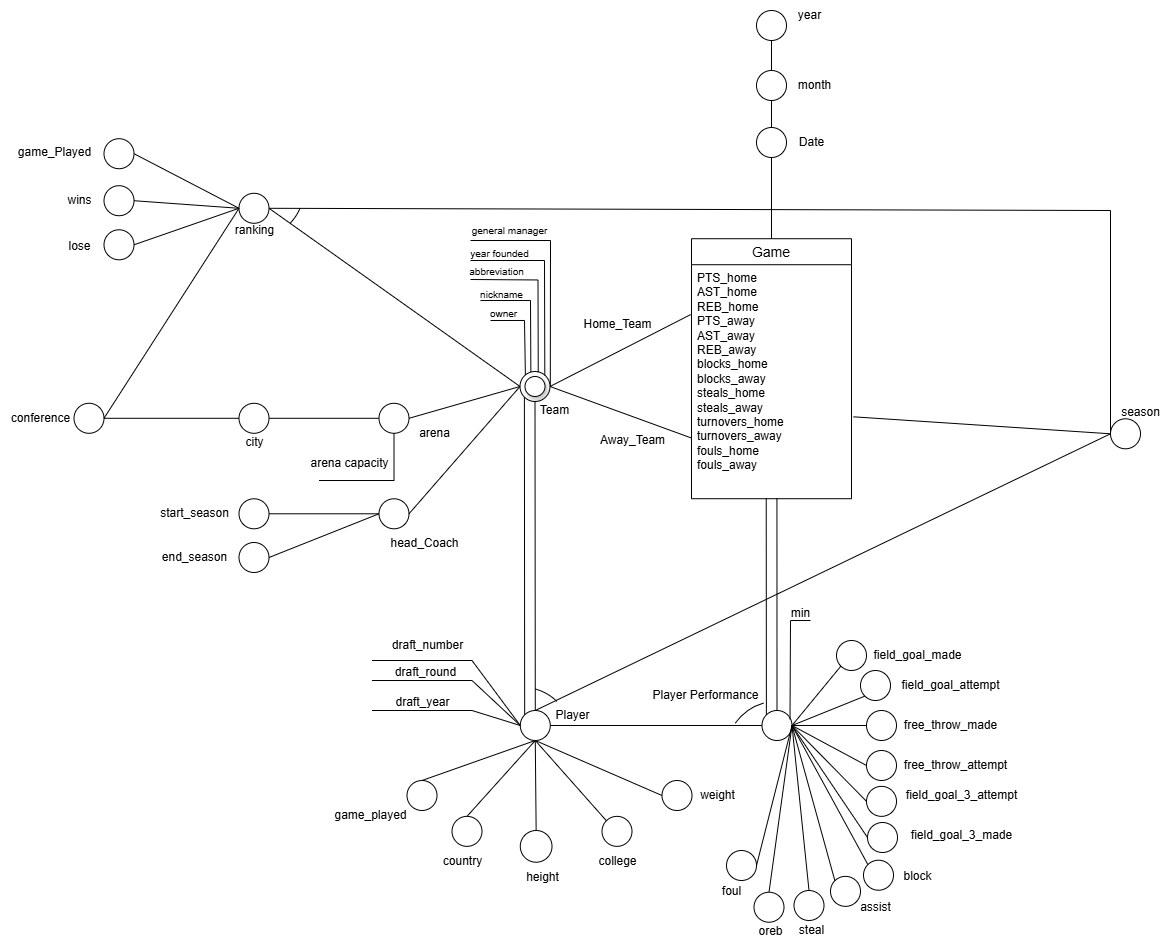
Above: DFM_Final.png in najeh-halawani/NBA-Data-Warehouse (draw.io), before the change. Source tidied: cells renumbered, new cells last; positions are measured from the earlier drawing's top-left corner, leaving out a move shared by most shapes.
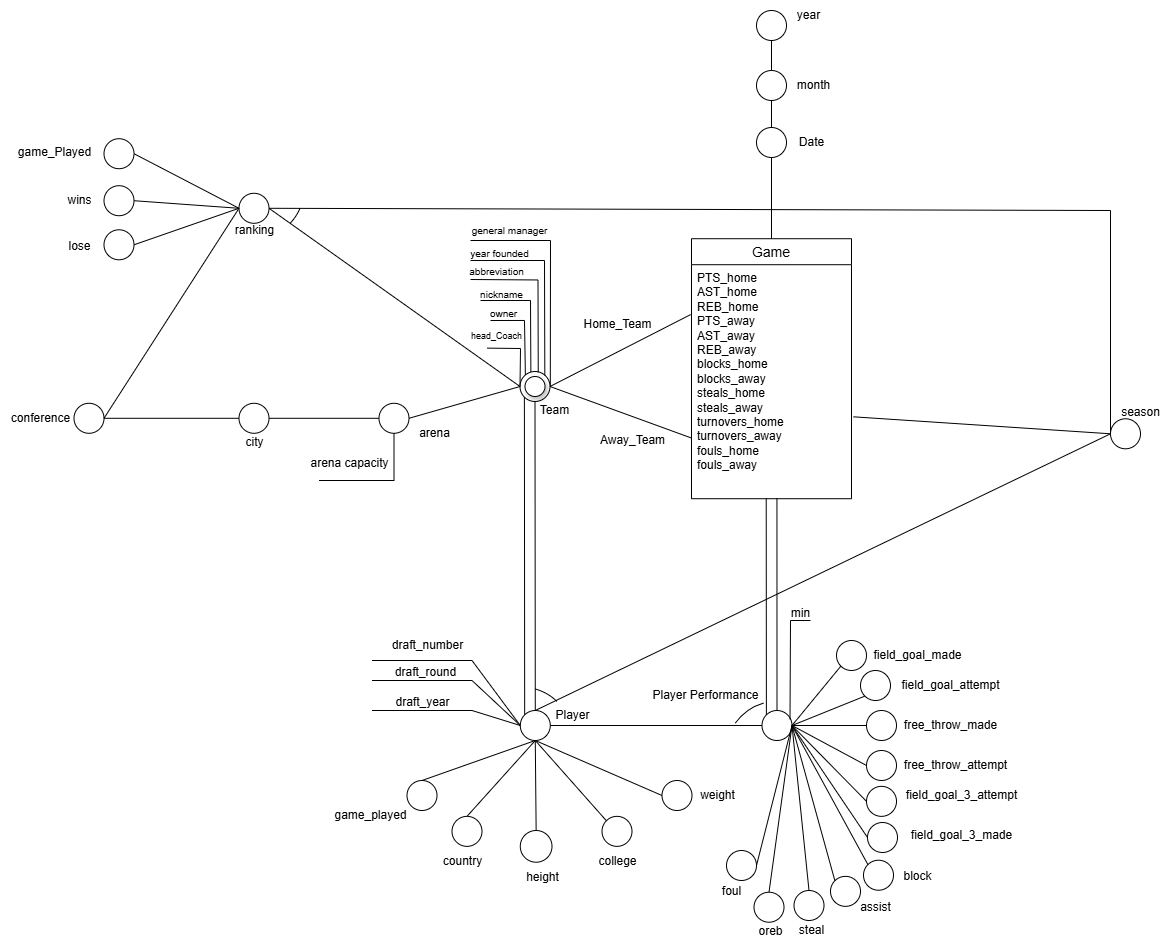
The same diagram one commit later.

Commit message:
add DFM Schema

The edit, as a diff of the source:
```diff
@@ -140,12 +140,6 @@
     <mxCell id="45" style="endArrow=none;html=1;rounded=0;entryX=0;entryY=0.5;entryDx=0;entryDy=0;exitX=1;exitY=0.5;exitDx=0;exitDy=0;" parent="1" edge="1" source="50" target="40">
       <mxGeometry relative="1" as="geometry" />
     </mxCell>
-    <mxCell id="46" style="ellipse;whiteSpace=wrap;html=1;" parent="1" vertex="1">
-      <mxGeometry x="238.5" y="498.3" width="30" height="30" as="geometry" />
-    </mxCell>
-    <mxCell id="47" style="ellipse;whiteSpace=wrap;html=1;" parent="1" vertex="1">
-      <mxGeometry x="378.5" y="498.3" width="30" height="30" as="geometry" />
-    </mxCell>
     <mxCell id="48" style="ellipse;whiteSpace=wrap;html=1;" parent="1" vertex="1">
       <mxGeometry x="238.5" y="402.8" width="30" height="30" as="geometry" />
     </mxCell>
@@ -181,30 +175,19 @@
     <mxCell id="57" value="&lt;font style=&quot;font-size: 10px;&quot;&gt;year founded&lt;/font&gt;" style="text;html=1;align=center;verticalAlign=middle;strokeColor=none;fillColor=none;" parent="1" vertex="1">
       <mxGeometry x="458.5" y="238.2" width="80" height="30" as="geometry" />
     </mxCell>
-    <mxCell id="58" style="endArrow=none;html=1;rounded=0;entryX=0;entryY=0.5;entryDx=0;entryDy=0;exitX=1;exitY=0.5;exitDx=0;exitDy=0;" parent="1" edge="1" source="47" target="40">
-      <mxGeometry relative="1" as="geometry" />
+    <mxCell id="58" style="endArrow=none;html=1;rounded=0;entryX=0;entryY=0.5;entryDx=0;entryDy=0;exitX=0.372;exitY=0.921;exitDx=0;exitDy=0;exitPerimeter=0;" parent="1" edge="1" source="59" target="40">
+      <mxGeometry relative="1" as="geometry">
+        <Array as="points">
+          <mxPoint x="520" y="348" />
+        </Array>
+      </mxGeometry>
     </mxCell>
-    <mxCell id="59" value="head_Coach" style="text;html=1;align=center;verticalAlign=middle;points=[];strokeColor=none;fillColor=none;" parent="1" vertex="1">
-      <mxGeometry x="378.5" y="528.3" width="90" height="30" as="geometry" />
+    <mxCell id="59" value="&lt;font style=&quot;font-size: 9px;&quot;&gt;head_Coach&lt;/font&gt;" style="text;html=1;align=center;verticalAlign=middle;points=[];strokeColor=none;fillColor=none;" parent="1" vertex="1">
+      <mxGeometry x="460.5" y="320" width="70" height="30" as="geometry" />
     </mxCell>
-    <mxCell id="60" style="endArrow=none;html=1;rounded=0;entryX=0;entryY=0.5;entryDx=0;entryDy=0;entryPerimeter=0;exitX=1;exitY=0.5;exitDx=0;exitDy=0;" parent="1" edge="1" source="46" target="47">
-      <mxGeometry relative="1" as="geometry" />
-    </mxCell>
-    <mxCell id="61" value="start_season" style="text;html=1;align=center;verticalAlign=middle;strokeColor=none;fillColor=none;" parent="1" vertex="1">
-      <mxGeometry x="148.5" y="498.3" width="90" height="30" as="geometry" />
-    </mxCell>
-    <mxCell id="62" style="endArrow=none;html=1;rounded=0;entryX=0;entryY=0.5;entryDx=0;entryDy=0;exitX=1;exitY=0.5;exitDx=0;exitDy=0;" parent="1" edge="1" source="64" target="47">
-      <mxGeometry relative="1" as="geometry" />
-    </mxCell>
     <mxCell id="63" style="ellipse;whiteSpace=wrap;html=1;" parent="1" vertex="1">
       <mxGeometry x="519.8" y="710" width="30" height="30" as="geometry" />
     </mxCell>
-    <mxCell id="64" style="ellipse;whiteSpace=wrap;html=1;" parent="1" vertex="1">
-      <mxGeometry x="238.5" y="542" width="30" height="30" as="geometry" />
-    </mxCell>
-    <mxCell id="65" value="end_season" style="text;html=1;align=center;verticalAlign=middle;strokeColor=none;fillColor=none;" parent="1" vertex="1">
-      <mxGeometry x="148.5" y="542" width="90" height="30" as="geometry" />
-    </mxCell>
     <mxCell id="66" style="endArrow=none;html=1;rounded=0;entryX=0.5;entryY=1;entryDx=0;entryDy=0;exitX=0.5;exitY=0;exitDx=0;exitDy=0;" parent="1" edge="1" source="63" target="40">
       <mxGeometry relative="1" as="geometry" />
     </mxCell>
```
